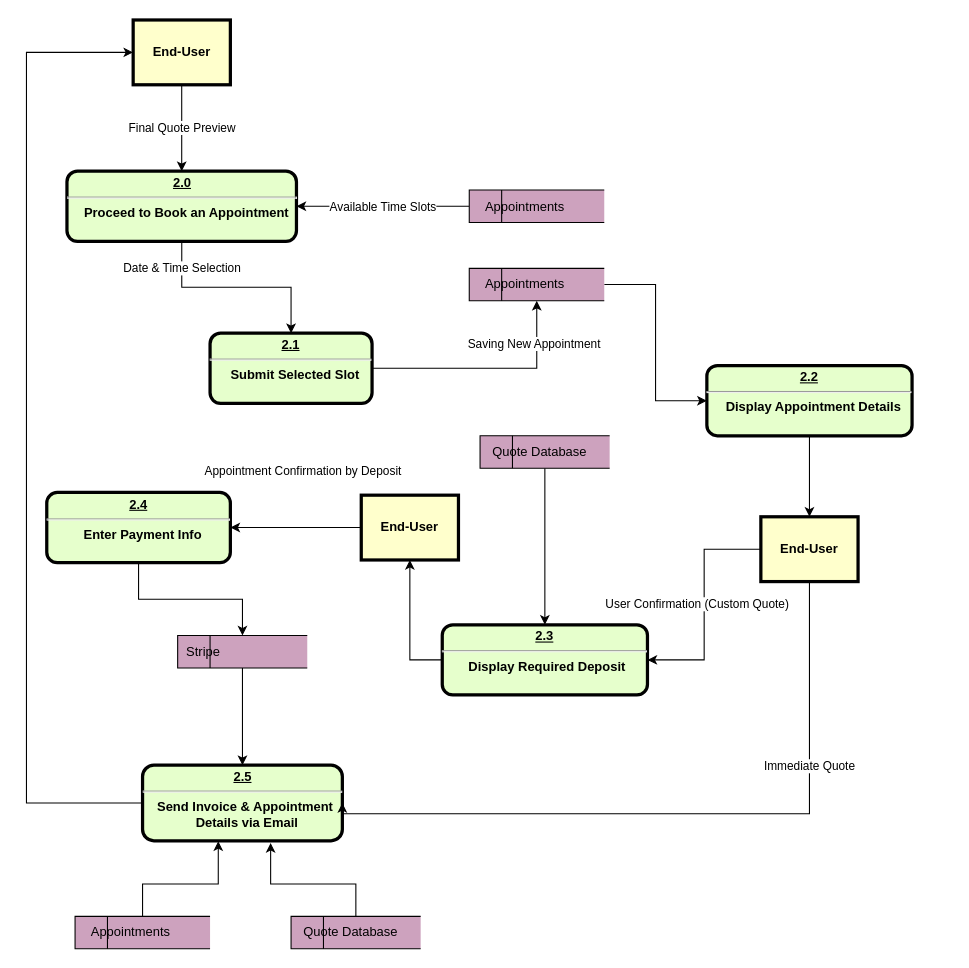
Before: Data_Flow_Diagrams/AppointmentDFD.drawio in Awrmani/AutoQuotes, a draw.io diagram. Source tidied: cells renumbered, new cells numbered last; positions are measured from the earlier drawing's top-left corner, leaving out a move shared by most shapes. Both pictures are drawn from the tidied source at 108%, with x=0, y=0 at pixel (26, 19).
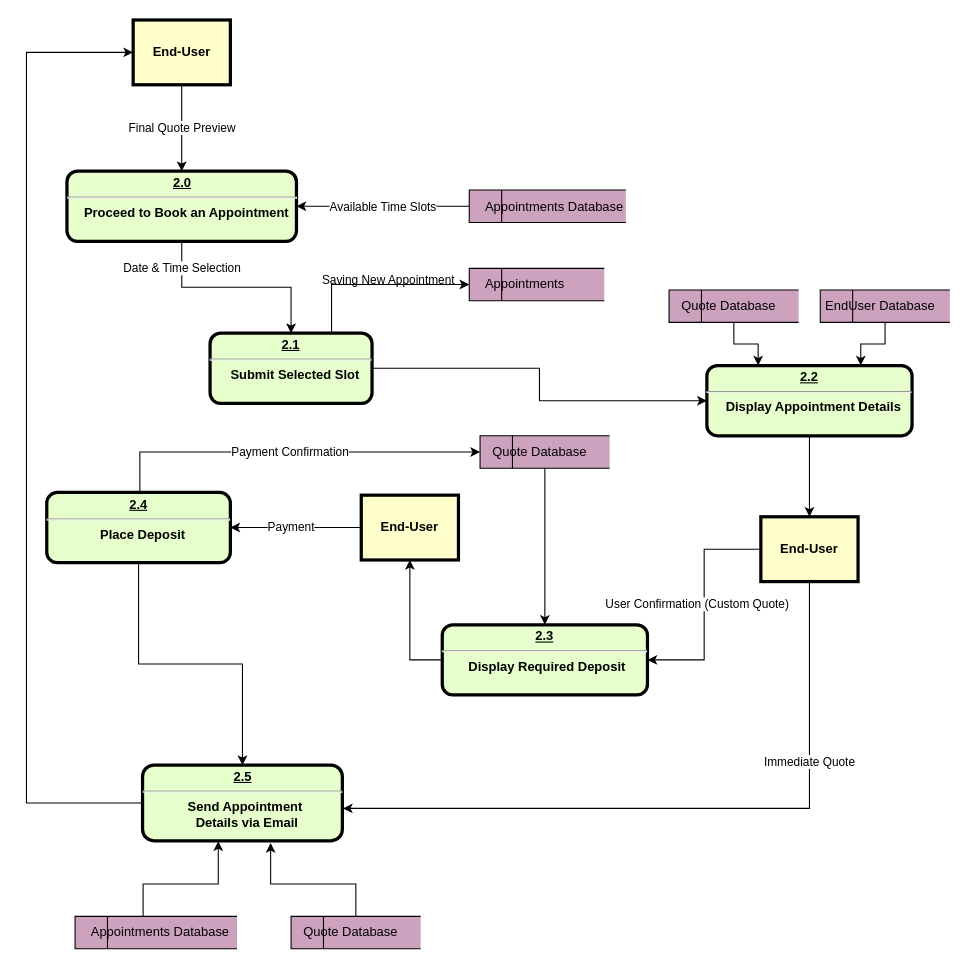
Above is the later version.

The change refers to these unchanged cells:
```xml
<mxCell id="9" value="&lt;p style=&quot;margin: 0px; margin-top: 4px; text-align: center; text-decoration: underline;&quot;&gt;&lt;strong&gt;2.1&lt;/strong&gt;&lt;/p&gt;&lt;hr&gt;&lt;p style=&quot;margin: 0px; margin-left: 8px;&quot;&gt;Submit Selected Slot&lt;/p&gt;" style="verticalAlign=middle;align=center;overflow=fill;fontSize=12;fontFamily=Helvetica;html=1;rounded=1;fontStyle=1;strokeWidth=3;fillColor=#E6FFCC;" parent="1" vertex="1">
  <mxGeometry x="170" y="290" width="150" height="65" as="geometry" />
</mxCell>
<mxCell id="11" value="&lt;span style=&quot;white-space: pre;&quot;&gt; &lt;span style=&quot;white-space: pre;&quot;&gt; &lt;/span&gt;&lt;/span&gt;&amp;nbsp;Appointments" style="html=1;dashed=0;whitespace=wrap;shape=mxgraph.dfd.dataStoreID;align=left;spacingLeft=3;points=[[0,0],[0.5,0],[1,0],[0,0.5],[1,0.5],[0,1],[0.5,1],[1,1]];fillColor=#CDA2BE;" parent="1" vertex="1">
  <mxGeometry x="410" y="230" width="125" height="30" as="geometry" />
</mxCell>
<mxCell id="13" value="&lt;p style=&quot;margin: 0px; margin-top: 4px; text-align: center; text-decoration: underline;&quot;&gt;&lt;strong&gt;2.2&lt;/strong&gt;&lt;/p&gt;&lt;hr&gt;&lt;p style=&quot;margin: 0px; margin-left: 8px;&quot;&gt;Display Appointment Details&lt;/p&gt;" style="verticalAlign=middle;align=center;overflow=fill;fontSize=12;fontFamily=Helvetica;html=1;rounded=1;fontStyle=1;strokeWidth=3;fillColor=#E6FFCC;" parent="1" vertex="1">
  <mxGeometry x="630" y="320" width="190" height="65" as="geometry" />
</mxCell>
<mxCell id="17" value="End-User" style="whiteSpace=wrap;align=center;verticalAlign=middle;fontStyle=1;strokeWidth=3;fillColor=#FFFFCC;" parent="1" vertex="1">
  <mxGeometry x="310" y="440" width="90" height="60" as="geometry" />
</mxCell>
<mxCell id="24" value="End-User" style="whiteSpace=wrap;align=center;verticalAlign=middle;fontStyle=1;strokeWidth=3;fillColor=#FFFFCC;" parent="1" vertex="1">
  <mxGeometry x="680" y="460" width="90" height="60" as="geometry" />
</mxCell>
<mxCell id="26" value="&lt;span style=&quot;white-space: pre;&quot;&gt;&lt;span style=&quot;white-space: pre;&quot;&gt; &lt;/span&gt; Quote Database&lt;/span&gt;" style="html=1;dashed=0;whitespace=wrap;shape=mxgraph.dfd.dataStoreID;align=left;spacingLeft=3;points=[[0,0],[0.5,0],[1,0],[0,0.5],[1,0.5],[0,1],[0.5,1],[1,1]];fillColor=#CDA2BE;" parent="1" vertex="1">
  <mxGeometry x="420" y="385" width="120" height="30" as="geometry" />
</mxCell>
```

Change to the diagram source:
```diff
@@
-    <mxCell id="5" value="&lt;span style=&quot;white-space: pre;&quot;&gt; &lt;span style=&quot;white-space: pre;&quot;&gt; &lt;/span&gt;&lt;/span&gt;&amp;nbsp;Appointments" style="html=1;dashed=0;whitespace=wrap;shape=mxgraph.dfd.dataStoreID;align=left;spacingLeft=3;points=[[0,0],[0.5,0],[1,0],[0,0.5],[1,0.5],[0,1],[0.5,1],[1,1]];fillColor=#CDA2BE;" parent="1" vertex="1">
-      <mxGeometry x="410" y="157.5" width="125" height="30" as="geometry" />
+    <mxCell id="5" value="&lt;span style=&quot;white-space: pre;&quot;&gt; &lt;span style=&quot;white-space: pre;&quot;&gt; &lt;/span&gt;&lt;/span&gt;&amp;nbsp;Appointments Database" style="html=1;dashed=0;whitespace=wrap;shape=mxgraph.dfd.dataStoreID;align=left;spacingLeft=3;points=[[0,0],[0.5,0],[1,0],[0,0.5],[1,0.5],[0,1],[0.5,1],[1,1]];fillColor=#CDA2BE;" parent="1" vertex="1">
+      <mxGeometry x="410" y="157.5" width="145" height="30" as="geometry" />
     </mxCell>
@@
-    <mxCell id="8" value="Saving New Appointment" style="edgeStyle=orthogonalEdgeStyle;rounded=0;jettySize=auto;html=1;entryX=0.5;entryY=1;entryDx=0;entryDy=0;" parent="1" edge="1" source="9" target="11">
-      <mxGeometry x="0.63" y="3" relative="1" as="geometry" />
+    <mxCell id="8" value="Saving New Appointment" style="edgeStyle=orthogonalEdgeStyle;rounded=0;jettySize=auto;html=1;entryX=0;entryY=0.5;entryDx=0;entryDy=0;" parent="1" edge="1" source="9" target="13">
+      <mxGeometry x="-0.91" y="82" relative="1" as="geometry" />
     </mxCell>
+    <mxCell id="33" style="edgeStyle=orthogonalEdgeStyle;rounded=0;jettySize=auto;html=1;entryX=0;entryY=0.5;entryDx=0;entryDy=0;exitX=0.75;exitY=0;exitDx=0;exitDy=0;" parent="1" edge="1" source="9" target="11">
+      <mxGeometry relative="1" as="geometry" />
+    </mxCell>
@@
-    <mxCell id="10" style="edgeStyle=orthogonalEdgeStyle;rounded=0;jettySize=auto;html=1;entryX=0;entryY=0.5;entryDx=0;entryDy=0;" parent="1" edge="1" source="11" target="13">
-      <mxGeometry relative="1" as="geometry" />
-    </mxCell>
@@
-    <mxCell id="16" value="Appointment Confirmation by Deposit" style="edgeStyle=orthogonalEdgeStyle;rounded=0;jettySize=auto;html=1;entryX=1;entryY=0.5;entryDx=0;entryDy=0;exitX=0;exitY=0.5;exitDx=0;exitDy=0;" parent="1" edge="1" source="17" target="19">
-      <mxGeometry x="-0.11" y="-52" relative="1" as="geometry" />
+    <mxCell id="16" value="Payment" style="edgeStyle=orthogonalEdgeStyle;rounded=0;jettySize=auto;html=1;entryX=1;entryY=0.5;entryDx=0;entryDy=0;exitX=0;exitY=0.5;exitDx=0;exitDy=0;" parent="1" edge="1" source="17" target="19">
+      <mxGeometry x="0.07" relative="1" as="geometry" />
     </mxCell>
@@
-    <mxCell id="18" style="edgeStyle=orthogonalEdgeStyle;rounded=0;jettySize=auto;html=1;entryX=0.5;entryY=0;entryDx=0;entryDy=0;" parent="1" edge="1" source="19" target="28">
-      <mxGeometry relative="1" as="geometry" />
-    </mxCell>
+    <mxCell id="34" style="edgeStyle=orthogonalEdgeStyle;rounded=0;jettySize=auto;html=1;entryX=0.5;entryY=0;entryDx=0;entryDy=0;" parent="1" edge="1" source="19" target="21">
+      <mxGeometry relative="1" as="geometry" />
+    </mxCell>
+    <mxCell id="35" value="Payment Confirmation" style="edgeStyle=orthogonalEdgeStyle;rounded=0;jettySize=auto;html=1;entryX=0;entryY=0.5;entryDx=0;entryDy=0;" parent="1" edge="1" source="19" target="26">
+      <mxGeometry relative="1" as="geometry">
+        <Array as="points">
+          <mxPoint x="105" y="400" />
+        </Array>
+      </mxGeometry>
+    </mxCell>
-    <mxCell id="19" value="&lt;p style=&quot;margin: 0px; margin-top: 4px; text-align: center; text-decoration: underline;&quot;&gt;&lt;strong&gt;2.4&lt;/strong&gt;&lt;/p&gt;&lt;hr&gt;&lt;p style=&quot;margin: 0px; margin-left: 8px;&quot;&gt;Enter Payment Info&lt;/p&gt;" style="verticalAlign=middle;align=center;overflow=fill;fontSize=12;fontFamily=Helvetica;html=1;rounded=1;fontStyle=1;strokeWidth=3;fillColor=#E6FFCC;" parent="1" vertex="1">
+    <mxCell id="19" value="&lt;p style=&quot;margin: 0px; margin-top: 4px; text-align: center; text-decoration: underline;&quot;&gt;&lt;strong&gt;2.4&lt;/strong&gt;&lt;/p&gt;&lt;hr&gt;&lt;p style=&quot;margin: 0px; margin-left: 8px;&quot;&gt;Place Deposit&lt;/p&gt;" style="verticalAlign=middle;align=center;overflow=fill;fontSize=12;fontFamily=Helvetica;html=1;rounded=1;fontStyle=1;strokeWidth=3;fillColor=#E6FFCC;" parent="1" vertex="1">
       <mxGeometry x="18.8" y="437.5" width="170" height="65" as="geometry" />
     </mxCell>
@@
-    <mxCell id="21" value="&lt;p style=&quot;margin: 0px; margin-top: 4px; text-align: center; text-decoration: underline;&quot;&gt;&lt;strong&gt;2.5&lt;/strong&gt;&lt;/p&gt;&lt;hr&gt;&lt;p style=&quot;margin: 0px; margin-left: 8px;&quot;&gt;Send Invoice &amp;amp; Appointment&amp;nbsp;&lt;/p&gt;&lt;p style=&quot;margin: 0px; margin-left: 8px;&quot;&gt;Details via Email&lt;/p&gt;" style="verticalAlign=middle;align=center;overflow=fill;fontSize=12;fontFamily=Helvetica;html=1;rounded=1;fontStyle=1;strokeWidth=3;fillColor=#E6FFCC;" parent="1" vertex="1">
+    <mxCell id="21" value="&lt;p style=&quot;margin: 0px; margin-top: 4px; text-align: center; text-decoration: underline;&quot;&gt;&lt;strong&gt;2.5&lt;/strong&gt;&lt;/p&gt;&lt;hr&gt;&lt;p style=&quot;margin: 0px; margin-left: 8px;&quot;&gt;Send Appointment&amp;nbsp;&lt;/p&gt;&lt;p style=&quot;margin: 0px; margin-left: 8px;&quot;&gt;Details via Email&lt;/p&gt;" style="verticalAlign=middle;align=center;overflow=fill;fontSize=12;fontFamily=Helvetica;html=1;rounded=1;fontStyle=1;strokeWidth=3;fillColor=#E6FFCC;" parent="1" vertex="1">
       <mxGeometry x="107.5" y="690" width="185" height="70" as="geometry" />
     </mxCell>
@@
-    <mxCell id="23" value="Immediate Quote" style="edgeStyle=orthogonalEdgeStyle;rounded=0;jettySize=auto;html=1;entryX=1;entryY=0.5;entryDx=0;entryDy=0;" parent="1" edge="1" source="24" target="21">
+    <mxCell id="23" value="Immediate Quote" style="edgeStyle=orthogonalEdgeStyle;rounded=0;jettySize=auto;html=1;" parent="1" edge="1" source="24">
       <mxGeometry x="-0.48" relative="1" as="geometry">
+        <mxPoint x="293" y="730" as="targetPoint" />
         <Array as="points">
-          <mxPoint x="725" y="735" />
+          <mxPoint x="725" y="730" />
         </Array>
       </mxGeometry>
     </mxCell>
@@
-    <mxCell id="27" style="edgeStyle=orthogonalEdgeStyle;rounded=0;jettySize=auto;html=1;entryX=0.5;entryY=0;entryDx=0;entryDy=0;" parent="1" edge="1" source="28" target="21">
-      <mxGeometry relative="1" as="geometry" />
-    </mxCell>
-    <mxCell id="28" value="&lt;span style=&quot;white-space: pre;&quot;&gt;&amp;nbsp;Stripe&lt;/span&gt;" style="html=1;dashed=0;whitespace=wrap;shape=mxgraph.dfd.dataStoreID;align=left;spacingLeft=3;points=[[0,0],[0.5,0],[1,0],[0,0.5],[1,0.5],[0,1],[0.5,1],[1,1]];fillColor=#CDA2BE;" parent="1" vertex="1">
-      <mxGeometry x="140" y="570" width="120" height="30" as="geometry" />
-    </mxCell>
@@
-    <mxCell id="30" value="&lt;span style=&quot;white-space: pre;&quot;&gt; &lt;span style=&quot;white-space: pre;&quot;&gt; &lt;/span&gt;&lt;/span&gt;&amp;nbsp;Appointments" style="html=1;dashed=0;whitespace=wrap;shape=mxgraph.dfd.dataStoreID;align=left;spacingLeft=3;points=[[0,0],[0.5,0],[1,0],[0,0.5],[1,0.5],[0,1],[0.5,1],[1,1]];fillColor=#CDA2BE;" parent="1" vertex="1">
-      <mxGeometry x="45" y="830" width="125" height="30" as="geometry" />
+    <mxCell id="30" value="&lt;span style=&quot;white-space: pre;&quot;&gt; &lt;span style=&quot;white-space: pre;&quot;&gt; &lt;/span&gt;&lt;/span&gt;&amp;nbsp;Appointments Database" style="html=1;dashed=0;whitespace=wrap;shape=mxgraph.dfd.dataStoreID;align=left;spacingLeft=3;points=[[0,0],[0.5,0],[1,0],[0,0.5],[1,0.5],[0,1],[0.5,1],[1,1]];fillColor=#CDA2BE;" parent="1" vertex="1">
+      <mxGeometry x="45" y="830" width="150" height="30" as="geometry" />
     </mxCell>
@@
+    <mxCell id="36" style="edgeStyle=orthogonalEdgeStyle;rounded=0;jettySize=auto;html=1;entryX=0.25;entryY=0;entryDx=0;entryDy=0;" parent="1" edge="1" source="37" target="13">
+      <mxGeometry relative="1" as="geometry" />
+    </mxCell>
+    <mxCell id="37" value="&lt;span style=&quot;white-space: pre;&quot;&gt;&lt;span style=&quot;white-space: pre;&quot;&gt; &lt;/span&gt; Quote Database&lt;/span&gt;" style="html=1;dashed=0;whitespace=wrap;shape=mxgraph.dfd.dataStoreID;align=left;spacingLeft=3;points=[[0,0],[0.5,0],[1,0],[0,0.5],[1,0.5],[0,1],[0.5,1],[1,1]];fillColor=#CDA2BE;" parent="1" vertex="1">
+      <mxGeometry x="595" y="250" width="120" height="30" as="geometry" />
+    </mxCell>
+    <mxCell id="38" style="edgeStyle=orthogonalEdgeStyle;rounded=0;jettySize=auto;html=1;entryX=0.75;entryY=0;entryDx=0;entryDy=0;" parent="1" edge="1" source="39" target="13">
+      <mxGeometry relative="1" as="geometry" />
+    </mxCell>
+    <mxCell id="39" value="&lt;span style=&quot;white-space: pre;&quot;&gt;EndUser Database&lt;/span&gt;" style="html=1;dashed=0;whitespace=wrap;shape=mxgraph.dfd.dataStoreID;align=left;spacingLeft=3;points=[[0,0],[0.5,0],[1,0],[0,0.5],[1,0.5],[0,1],[0.5,1],[1,1]];fillColor=#CDA2BE;" parent="1" vertex="1">
+      <mxGeometry x="735" y="250" width="120" height="30" as="geometry" />
+    </mxCell>
```
